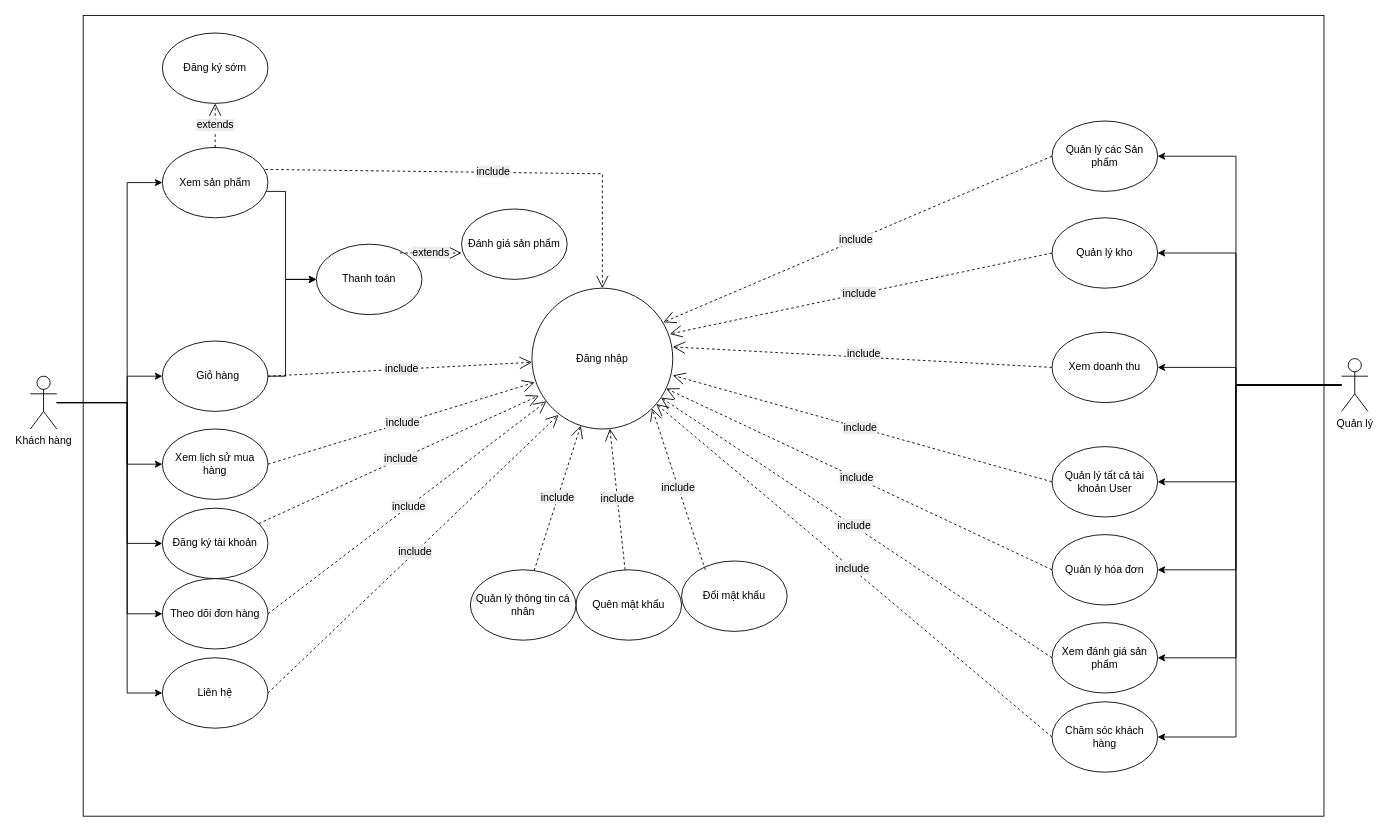
The draw.io diagram use case.drawio in ln678090/Duan1, before the edit. Source tidied: cells renumbered, new cells numbered last; positions are measured from the earlier drawing's top-left corner, leaving out a move shared by most shapes. Both pictures are drawn from the tidied source at 88%, with x=0, y=0 at pixel (30, 15).
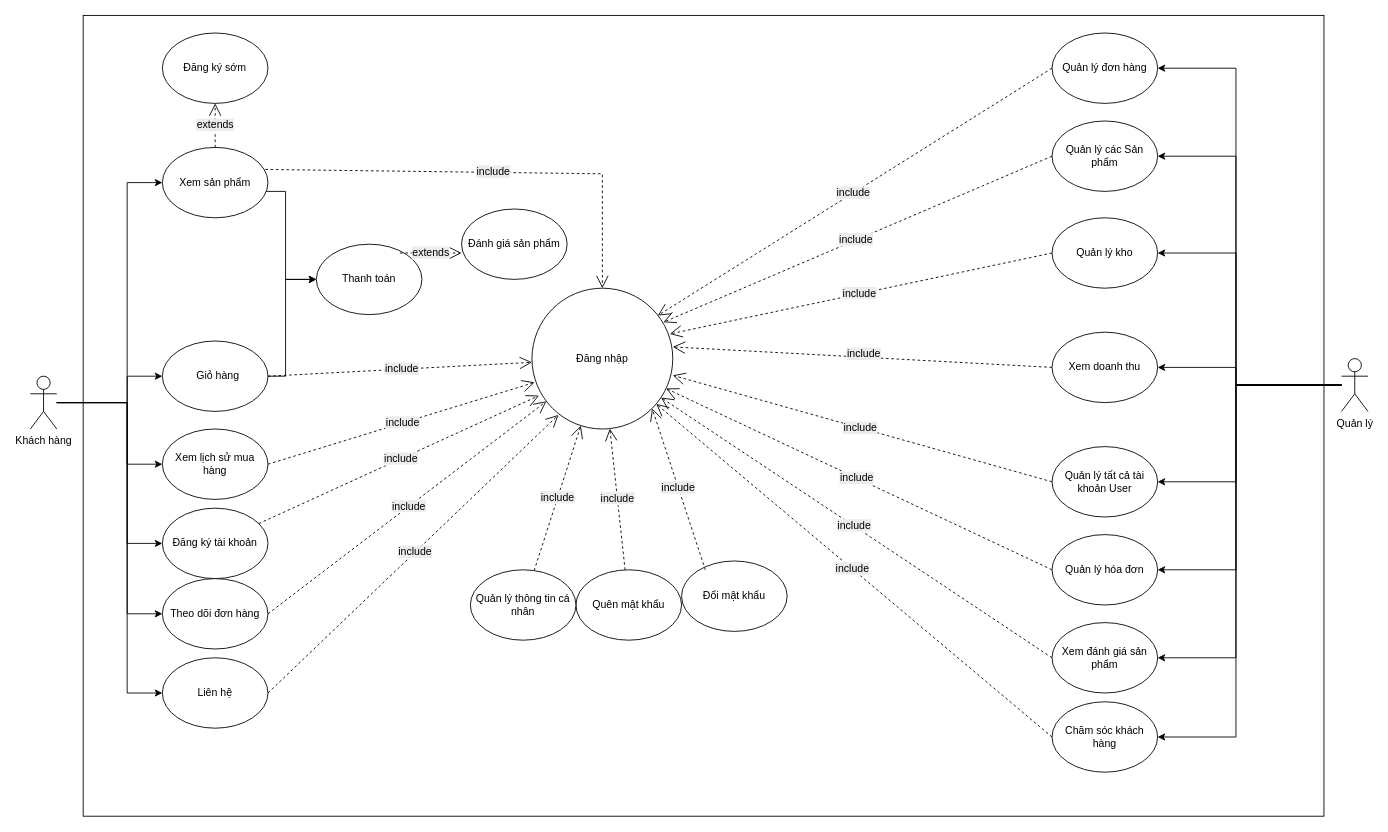
The same page after the edit.

Unchanged cells that the change refers to:
```xml
<mxCell id="14" value="Quản lý" style="shape=umlActor;verticalLabelPosition=bottom;verticalAlign=top;html=1;outlineConnect=0;" parent="1" vertex="1">
  <mxGeometry x="1490" y="390" width="30" height="60" as="geometry" />
</mxCell>
<mxCell id="15" value="Đăng nhập" style="ellipse;whiteSpace=wrap;html=1;" parent="1" vertex="1">
  <mxGeometry x="570" y="310" width="160" height="160" as="geometry" />
</mxCell>
```

What changed in the source:
```diff
@@
+    <mxCell id="58" style="edgeStyle=orthogonalEdgeStyle;rounded=0;jettySize=auto;html=1;entryX=1;entryY=0.5;entryDx=0;entryDy=0;" parent="1" edge="1" source="14" target="59">
+      <mxGeometry relative="1" as="geometry">
+        <Array as="points">
+          <mxPoint x="1370" y="420" />
+          <mxPoint x="1370" y="60" />
+        </Array>
+      </mxGeometry>
+    </mxCell>
@@
+    <mxCell id="59" value="Quản lý đơn hàng" style="ellipse;whiteSpace=wrap;html=1;" parent="1" vertex="1">
+      <mxGeometry x="1161" y="20" width="120" height="80" as="geometry" />
+    </mxCell>
+    <mxCell id="60" value="&lt;span style=&quot;font-size: 12px; text-wrap-mode: wrap; background-color: rgb(236, 236, 236);&quot;&gt;include&lt;/span&gt;" style="endArrow=open;endSize=12;dashed=1;html=1;rounded=0;entryX=0.894;entryY=0.194;entryDx=0;entryDy=0;entryPerimeter=0;exitX=0;exitY=0.5;exitDx=0;exitDy=0;" parent="1" edge="1" source="59" target="15">
+      <mxGeometry x="0.01" relative="1" as="geometry" />
+    </mxCell>
```
